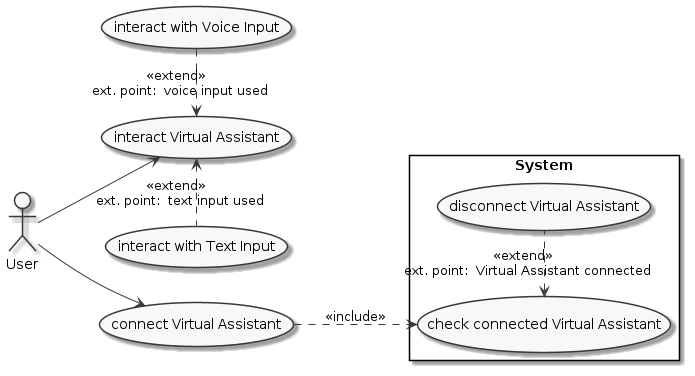
This is task1/use-case-diagram.png from olegische/test-task-nanosemantics, a PlantUML export, as it was before one commit.
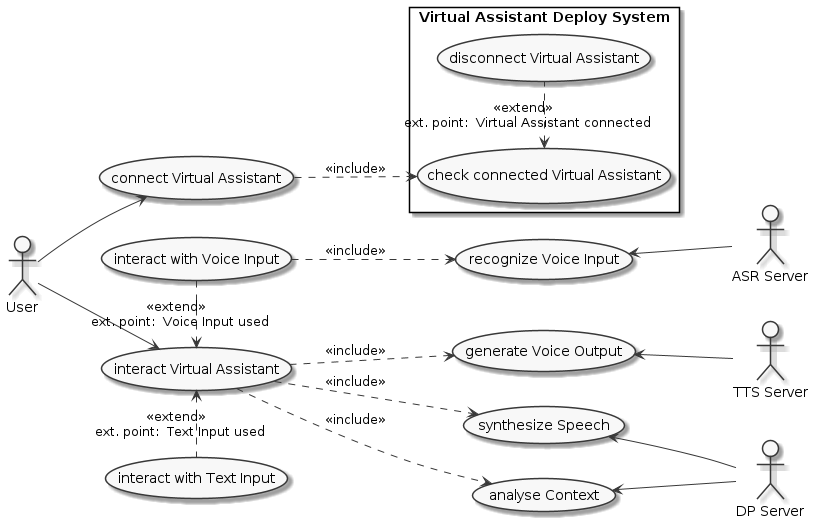
Above is the later version.

Commit message:
use case diagram: supporting actors

The edit, as a diff of the source:
```diff
@@ -9,13 +9,24 @@
 !$ep = "\n ext. point: "
 
 actor "$Usr" as Usr
+actor "$DPSrv" as DPSrv
+actor "$ASRSrv" as ASRSrv
+actor "$TTSSrv" as TTSSrv
 
 usecase "$cn $VA" as cnVA
 usecase "$in $VA" as inVA
-usecase "$in with Voice Input" as inVIn
-usecase "$in with Text Input" as inTIn
+usecase "$in with $Vc $In" as inVcIn
+usecase "$in with $Txt $In" as inTxtIn
 
-rectangle System {
+usecase "$an $Cnt" as anCnt
+usecase "$syn $Sp" as synSp
+
+usecase "$rc $Vc $In" as rcVcIn
+
+usecase "$gn $Vc $Out" as gnVcOut
+
+
+rectangle "$VA Deploy System" {
   usecase "$dcn $VA" as dcnVA
   usecase "$ch connected $VA" as chVA
 }
@@ -25,7 +36,18 @@
 chVA <. dcnVA : <<extend>> $ep $VA connected
 
 Usr --> inVA
-inVA <.left. inVIn : <<extend>> $ep voice input used
-inVA <.right. inTIn : <<extend>> $ep text input used
+inVA <.right. inTxtIn : <<extend>> $ep $Txt $In used
+inVA <.left. inVcIn : <<extend>> $ep $Vc $In used
+
+ASRSrv -up-> rcVcIn
+inVcIn ..> rcVcIn : <<include>>
+
+DPSrv -up-> anCnt
+DPSrv -up-> synSp
+inVA ..> anCnt : <<include>>
+inVA ..> synSp : <<include>>
+
+TTSSrv -up-> gnVcOut
+inVA ..> gnVcOut : <<include>>
 
 @enduml
```
